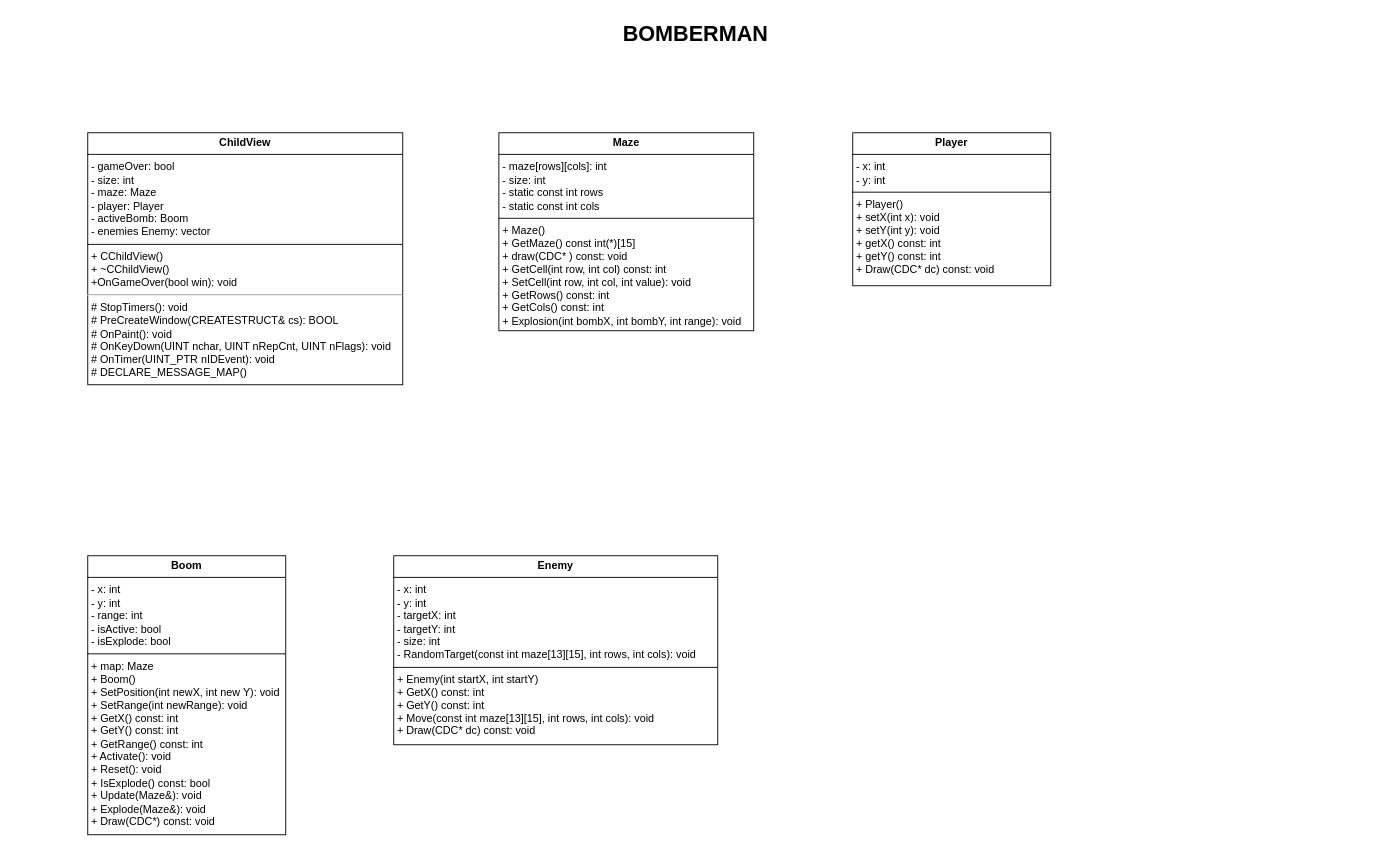
Before: Baos caos.drawio.xml in HuyHoangI4t/J97, a draw.io diagram. Source tidied: cells renumbered, new cells numbered last; positions are measured from the earlier drawing's top-left corner, leaving out a move shared by most shapes. Both pictures are drawn from the tidied source at 90%, with x=0, y=0 at pixel (15, 15).
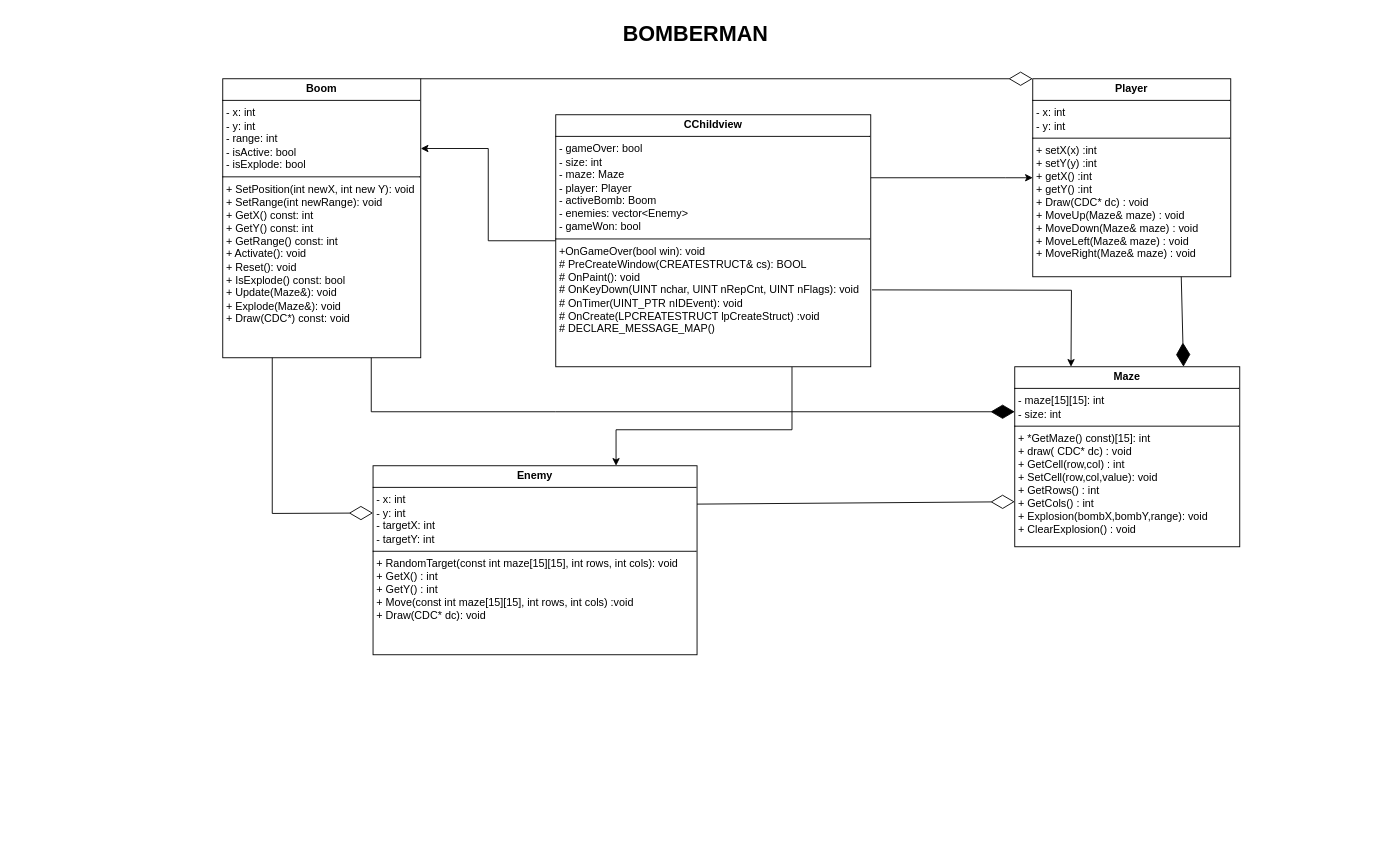
Above is the later version.

Commit message (it also covers changes not shown here):
fix lần cuối

The edit, as a diff of the source:
```diff
@@
-    <mxCell id="3" value="&lt;p style=&quot;margin:0px;margin-top:4px;text-align:center;&quot;&gt;&lt;b&gt;Boom&lt;/b&gt;&lt;/p&gt;&lt;hr size=&quot;1&quot; style=&quot;border-style:solid;&quot;&gt;&lt;p style=&quot;margin:0px;margin-left:4px;&quot;&gt;- x: int&lt;/p&gt;&lt;p style=&quot;margin:0px;margin-left:4px;&quot;&gt;- y: int&amp;nbsp;&lt;/p&gt;&lt;p style=&quot;margin:0px;margin-left:4px;&quot;&gt;- range: int&lt;/p&gt;&lt;p style=&quot;margin:0px;margin-left:4px;&quot;&gt;- isActive: bool&lt;/p&gt;&lt;p style=&quot;margin:0px;margin-left:4px;&quot;&gt;- isExplode: bool&lt;/p&gt;&lt;hr size=&quot;1&quot; style=&quot;border-style:solid;&quot;&gt;&lt;p style=&quot;margin:0px;margin-left:4px;&quot;&gt;+ map: Maze&lt;/p&gt;&lt;p style=&quot;margin:0px;margin-left:4px;&quot;&gt;+ Boom()&lt;/p&gt;&lt;p style=&quot;margin:0px;margin-left:4px;&quot;&gt;+ SetPosition(int newX, int new Y): void&lt;/p&gt;&lt;p style=&quot;margin:0px;margin-left:4px;&quot;&gt;+ SetRange(int newRange): void&lt;/p&gt;&lt;p style=&quot;margin:0px;margin-left:4px;&quot;&gt;+ GetX() const: int&lt;/p&gt;&lt;p style=&quot;margin:0px;margin-left:4px;&quot;&gt;+ GetY() const: int&lt;/p&gt;&lt;p style=&quot;margin:0px;margin-left:4px;&quot;&gt;+ GetRange() const: int&lt;/p&gt;&lt;p style=&quot;margin:0px;margin-left:4px;&quot;&gt;+ Activate(): void&lt;/p&gt;&lt;p style=&quot;margin:0px;margin-left:4px;&quot;&gt;+ Reset(): void&lt;/p&gt;&lt;p style=&quot;margin:0px;margin-left:4px;&quot;&gt;+ IsExplode() const: bool&lt;/p&gt;&lt;p style=&quot;margin:0px;margin-left:4px;&quot;&gt;+ Update(Maze&amp;amp;): void&lt;/p&gt;&lt;p style=&quot;margin:0px;margin-left:4px;&quot;&gt;+ Explode(Maze&amp;amp;): void&lt;/p&gt;&lt;p style=&quot;margin:0px;margin-left:4px;&quot;&gt;+ Draw(CDC*) const: void&lt;/p&gt;&lt;p style=&quot;margin:0px;margin-left:4px;&quot;&gt;&lt;br&gt;&lt;/p&gt;" style="verticalAlign=top;align=left;overflow=fill;html=1;whiteSpace=wrap;" parent="1" vertex="1">
-      <mxGeometry x="80" y="600" width="220" height="310" as="geometry" />
+    <mxCell id="3" value="&lt;p style=&quot;margin:0px;margin-top:4px;text-align:center;&quot;&gt;&lt;b&gt;Boom&lt;/b&gt;&lt;/p&gt;&lt;hr size=&quot;1&quot; style=&quot;border-style:solid;&quot;&gt;&lt;p style=&quot;margin:0px;margin-left:4px;&quot;&gt;- x: int&lt;/p&gt;&lt;p style=&quot;margin:0px;margin-left:4px;&quot;&gt;- y: int&amp;nbsp;&lt;/p&gt;&lt;p style=&quot;margin:0px;margin-left:4px;&quot;&gt;- range: int&lt;/p&gt;&lt;p style=&quot;margin:0px;margin-left:4px;&quot;&gt;- isActive: bool&lt;/p&gt;&lt;p style=&quot;margin:0px;margin-left:4px;&quot;&gt;- isExplode: bool&lt;/p&gt;&lt;hr size=&quot;1&quot; style=&quot;border-style:solid;&quot;&gt;&lt;p style=&quot;margin:0px;margin-left:4px;&quot;&gt;&lt;span style=&quot;background-color: initial;&quot;&gt;+ SetPosition(int newX, int new Y): void&lt;/span&gt;&lt;/p&gt;&lt;p style=&quot;margin:0px;margin-left:4px;&quot;&gt;+ SetRange(int newRange): void&lt;/p&gt;&lt;p style=&quot;margin:0px;margin-left:4px;&quot;&gt;+ GetX() const: int&lt;/p&gt;&lt;p style=&quot;margin:0px;margin-left:4px;&quot;&gt;+ GetY() const: int&lt;/p&gt;&lt;p style=&quot;margin:0px;margin-left:4px;&quot;&gt;+ GetRange() const: int&lt;/p&gt;&lt;p style=&quot;margin:0px;margin-left:4px;&quot;&gt;+ Activate(): void&lt;/p&gt;&lt;p style=&quot;margin:0px;margin-left:4px;&quot;&gt;+ Reset(): void&lt;/p&gt;&lt;p style=&quot;margin:0px;margin-left:4px;&quot;&gt;+ IsExplode() const: bool&lt;/p&gt;&lt;p style=&quot;margin:0px;margin-left:4px;&quot;&gt;+ Update(Maze&amp;amp;): void&lt;/p&gt;&lt;p style=&quot;margin:0px;margin-left:4px;&quot;&gt;+ Explode(Maze&amp;amp;): void&lt;/p&gt;&lt;p style=&quot;margin:0px;margin-left:4px;&quot;&gt;+ Draw(CDC*) const: void&lt;/p&gt;&lt;p style=&quot;margin:0px;margin-left:4px;&quot;&gt;&lt;br&gt;&lt;/p&gt;" style="verticalAlign=top;align=left;overflow=fill;html=1;whiteSpace=wrap;" parent="1" vertex="1">
+      <mxGeometry x="230" y="70" width="220" height="310" as="geometry" />
     </mxCell>
+    <mxCell id="8" style="edgeStyle=orthogonalEdgeStyle;rounded=0;jettySize=auto;html=1;entryX=1;entryY=0.25;entryDx=0;entryDy=0;" parent="1" edge="1" source="4" target="3">
+      <mxGeometry relative="1" as="geometry" />
+    </mxCell>
+    <mxCell id="9" style="edgeStyle=orthogonalEdgeStyle;rounded=0;jettySize=auto;html=1;entryX=0.75;entryY=0;entryDx=0;entryDy=0;exitX=0.75;exitY=1;exitDx=0;exitDy=0;" parent="1" edge="1" source="4" target="7">
+      <mxGeometry relative="1" as="geometry">
+        <Array as="points">
+          <mxPoint x="863" y="460" />
+          <mxPoint x="667" y="460" />
+        </Array>
+      </mxGeometry>
+    </mxCell>
-    <mxCell id="4" value="&lt;p style=&quot;margin:0px;margin-top:4px;text-align:center;&quot;&gt;&lt;b&gt;ChildView&lt;/b&gt;&lt;/p&gt;&lt;hr size=&quot;1&quot; style=&quot;border-style:solid;&quot;&gt;&lt;p style=&quot;margin:0px;margin-left:4px;&quot;&gt;- gameOver: bool&lt;br&gt;&lt;/p&gt;&lt;p style=&quot;margin:0px;margin-left:4px;&quot;&gt;- size: int&amp;nbsp;&lt;/p&gt;&lt;p style=&quot;margin:0px;margin-left:4px;&quot;&gt;- maze: Maze&lt;/p&gt;&lt;p style=&quot;margin:0px;margin-left:4px;&quot;&gt;- player: Player&lt;/p&gt;&lt;p style=&quot;margin:0px;margin-left:4px;&quot;&gt;- activeBomb: Boom&lt;/p&gt;&lt;p style=&quot;margin:0px;margin-left:4px;&quot;&gt;- enemies Enemy: vector&lt;/p&gt;&lt;hr size=&quot;1&quot; style=&quot;border-style:solid;&quot;&gt;&lt;p style=&quot;margin:0px;margin-left:4px;&quot;&gt;+ CChildView()&lt;/p&gt;&lt;p style=&quot;margin:0px;margin-left:4px;&quot;&gt;+ ~CChildView()&lt;/p&gt;&lt;p style=&quot;margin:0px;margin-left:4px;&quot;&gt;+OnGameOver(bool win): void&lt;/p&gt;&lt;hr&gt;&lt;p style=&quot;margin:0px;margin-left:4px;&quot;&gt;# StopTimers(): void&lt;/p&gt;&lt;p style=&quot;margin:0px;margin-left:4px;&quot;&gt;# PreCreateWindow(CREATESTRUCT&amp;amp; cs): BOOL&lt;/p&gt;&lt;p style=&quot;margin:0px;margin-left:4px;&quot;&gt;# OnPaint(): void&lt;/p&gt;&lt;p style=&quot;margin:0px;margin-left:4px;&quot;&gt;# OnKeyDown(UINT nchar, UINT nRepCnt, UINT nFlags): void&lt;/p&gt;&lt;p style=&quot;margin:0px;margin-left:4px;&quot;&gt;# OnTimer(UINT_PTR nIDEvent): void&lt;/p&gt;&lt;p style=&quot;margin:0px;margin-left:4px;&quot;&gt;# DECLARE_MESSAGE_MAP()&lt;/p&gt;" style="verticalAlign=top;align=left;overflow=fill;html=1;whiteSpace=wrap;strokeColor=default;" parent="1" vertex="1">
-      <mxGeometry x="80" y="130" width="350" height="280" as="geometry" />
+    <mxCell id="4" value="&lt;p style=&quot;margin:0px;margin-top:4px;text-align:center;&quot;&gt;&lt;b&gt;CChildview&lt;/b&gt;&lt;/p&gt;&lt;hr size=&quot;1&quot; style=&quot;border-style:solid;&quot;&gt;&lt;p style=&quot;margin:0px;margin-left:4px;&quot;&gt;- gameOver: bool&lt;/p&gt;&lt;p style=&quot;margin:0px;margin-left:4px;&quot;&gt;- size: int&amp;nbsp;&lt;/p&gt;&lt;p style=&quot;margin:0px;margin-left:4px;&quot;&gt;- maze: Maze&amp;nbsp;&lt;/p&gt;&lt;p style=&quot;margin:0px;margin-left:4px;&quot;&gt;- player: Player&lt;/p&gt;&lt;p style=&quot;margin:0px;margin-left:4px;&quot;&gt;- activeBomb: Boom&amp;nbsp;&lt;/p&gt;&lt;p style=&quot;margin:0px;margin-left:4px;&quot;&gt;- enemies: vector&amp;lt;Enemy&amp;gt;&lt;/p&gt;&lt;p style=&quot;margin:0px;margin-left:4px;&quot;&gt;- gameWon: bool&amp;nbsp;&lt;/p&gt;&lt;hr size=&quot;1&quot; style=&quot;border-style:solid;&quot;&gt;&lt;p style=&quot;margin:0px;margin-left:4px;&quot;&gt;&lt;span style=&quot;background-color: initial;&quot;&gt;+OnGameOver(bool win): void&lt;/span&gt;&lt;/p&gt;&lt;p style=&quot;margin:0px;margin-left:4px;&quot;&gt;&lt;span style=&quot;background-color: initial;&quot;&gt;# PreCreateWindow(CREATESTRUCT&amp;amp; cs): BOOL&lt;/span&gt;&lt;/p&gt;&lt;p style=&quot;margin:0px;margin-left:4px;&quot;&gt;# OnPaint(): void&lt;/p&gt;&lt;p style=&quot;margin:0px;margin-left:4px;&quot;&gt;# OnKeyDown(UINT nchar, UINT nRepCnt, UINT nFlags): void&lt;/p&gt;&lt;p style=&quot;margin:0px;margin-left:4px;&quot;&gt;# OnTimer(UINT_PTR nIDEvent): void&lt;/p&gt;&lt;p style=&quot;margin:0px;margin-left:4px;&quot;&gt;# OnCreate(LPCREATESTRUCT lpCreateStruct) :void&lt;/p&gt;&lt;p style=&quot;margin:0px;margin-left:4px;&quot;&gt;# DECLARE_MESSAGE_MAP()&lt;/p&gt;" style="verticalAlign=top;align=left;overflow=fill;html=1;whiteSpace=wrap;strokeColor=default;" parent="1" vertex="1">
+      <mxGeometry x="600" y="110" width="350" height="280" as="geometry" />
     </mxCell>
-    <mxCell id="5" value="&lt;p style=&quot;margin:0px;margin-top:4px;text-align:center;&quot;&gt;&lt;b&gt;Maze&lt;/b&gt;&lt;/p&gt;&lt;hr size=&quot;1&quot; style=&quot;border-style:solid;&quot;&gt;&lt;p style=&quot;margin:0px;margin-left:4px;&quot;&gt;- maze[rows][cols]: int&lt;br&gt;&lt;/p&gt;&lt;p style=&quot;margin:0px;margin-left:4px;&quot;&gt;- size: int&lt;/p&gt;&lt;p style=&quot;margin:0px;margin-left:4px;&quot;&gt;- static const int rows&lt;/p&gt;&lt;p style=&quot;margin:0px;margin-left:4px;&quot;&gt;- static const int cols&lt;/p&gt;&lt;hr size=&quot;1&quot; style=&quot;border-style:solid;&quot;&gt;&lt;p style=&quot;margin:0px;margin-left:4px;&quot;&gt;+ Maze()&lt;/p&gt;&lt;p style=&quot;margin:0px;margin-left:4px;&quot;&gt;+ GetMaze() const int(*)[15]&lt;/p&gt;&lt;p style=&quot;margin:0px;margin-left:4px;&quot;&gt;+ draw(CDC* ) const: void&lt;/p&gt;&lt;p style=&quot;margin:0px;margin-left:4px;&quot;&gt;+ GetCell(int row, int col) const: int&lt;/p&gt;&lt;p style=&quot;margin:0px;margin-left:4px;&quot;&gt;+ SetCell(int row, int col, int value): void&lt;/p&gt;&lt;p style=&quot;margin:0px;margin-left:4px;&quot;&gt;+ GetRows() const: int&amp;nbsp;&lt;/p&gt;&lt;p style=&quot;margin:0px;margin-left:4px;&quot;&gt;+ GetCols() const: int&lt;/p&gt;&lt;p style=&quot;margin:0px;margin-left:4px;&quot;&gt;+ Explosion(int bombX, int bombY, int range): void&lt;/p&gt;&lt;p style=&quot;margin:0px;margin-left:4px;&quot;&gt;&lt;br&gt;&lt;/p&gt;" style="verticalAlign=top;align=left;overflow=fill;html=1;whiteSpace=wrap;" parent="1" vertex="1">
-      <mxGeometry x="536.8" y="130" width="283.2" height="220" as="geometry" />
+    <mxCell id="5" value="&lt;p style=&quot;margin:0px;margin-top:4px;text-align:center;&quot;&gt;&lt;b&gt;Maze&lt;/b&gt;&lt;/p&gt;&lt;hr size=&quot;1&quot; style=&quot;border-style:solid;&quot;&gt;&lt;p style=&quot;margin:0px;margin-left:4px;&quot;&gt;- maze[15][15]: int&lt;br&gt;&lt;/p&gt;&lt;p style=&quot;margin:0px;margin-left:4px;&quot;&gt;- size: int&lt;/p&gt;&lt;hr size=&quot;1&quot; style=&quot;border-style:solid;&quot;&gt;&lt;p style=&quot;margin:0px;margin-left:4px;&quot;&gt;&lt;span style=&quot;background-color: initial;&quot;&gt;+&amp;nbsp;&lt;/span&gt;&lt;span style=&quot;background-color: initial;&quot;&gt;*GetMaze() const)[15]: int&lt;/span&gt;&lt;/p&gt;&lt;p style=&quot;margin:0px;margin-left:4px;&quot;&gt;+ draw( CDC* dc) : void&lt;/p&gt;&lt;p style=&quot;margin:0px;margin-left:4px;&quot;&gt;+ GetCell(row,col) : int&lt;/p&gt;&lt;p style=&quot;margin:0px;margin-left:4px;&quot;&gt;+ SetCell(row,col,value): void&lt;/p&gt;&lt;p style=&quot;margin:0px;margin-left:4px;&quot;&gt;+ GetRows() : int&amp;nbsp;&lt;/p&gt;&lt;p style=&quot;margin:0px;margin-left:4px;&quot;&gt;+ GetCols() : int&lt;/p&gt;&lt;p style=&quot;margin:0px;margin-left:4px;&quot;&gt;+ Explosion(bombX,bombY,range): void&lt;/p&gt;&lt;p style=&quot;margin:0px;margin-left:4px;&quot;&gt;+ &lt;span class=&quot;hljs-built_in&quot;&gt;ClearExplosion&lt;/span&gt;()&amp;nbsp;&lt;span style=&quot;background-color: initial;&quot;&gt;: void&lt;/span&gt;&lt;/p&gt;" style="verticalAlign=top;align=left;overflow=fill;html=1;whiteSpace=wrap;" parent="1" vertex="1">
+      <mxGeometry x="1110" y="390" width="250" height="200" as="geometry" />
     </mxCell>
-    <mxCell id="6" value="&lt;p style=&quot;margin:0px;margin-top:4px;text-align:center;&quot;&gt;&lt;b&gt;Player&lt;/b&gt;&lt;/p&gt;&lt;hr size=&quot;1&quot; style=&quot;border-style:solid;&quot;&gt;&lt;p style=&quot;margin:0px;margin-left:4px;&quot;&gt;- x: int&lt;br&gt;&lt;/p&gt;&lt;p style=&quot;margin:0px;margin-left:4px;&quot;&gt;- y: int&amp;nbsp;&lt;/p&gt;&lt;hr size=&quot;1&quot; style=&quot;border-style:solid;&quot;&gt;&lt;p style=&quot;margin:0px;margin-left:4px;&quot;&gt;+ Player()&lt;/p&gt;&lt;p style=&quot;margin:0px;margin-left:4px;&quot;&gt;+ setX(int x): void&lt;/p&gt;&lt;p style=&quot;margin:0px;margin-left:4px;&quot;&gt;+ setY(int y): void&lt;/p&gt;&lt;p style=&quot;margin:0px;margin-left:4px;&quot;&gt;+ getX() const: int&lt;/p&gt;&lt;p style=&quot;margin:0px;margin-left:4px;&quot;&gt;+ getY() const: int&lt;/p&gt;&lt;p style=&quot;margin:0px;margin-left:4px;&quot;&gt;+ Draw(CDC* dc) const: void&lt;/p&gt;" style="verticalAlign=top;align=left;overflow=fill;html=1;whiteSpace=wrap;" parent="1" vertex="1">
-      <mxGeometry x="930" y="130" width="220" height="170" as="geometry" />
+    <mxCell id="6" value="&lt;p style=&quot;margin:0px;margin-top:4px;text-align:center;&quot;&gt;&lt;b&gt;Player&lt;/b&gt;&lt;/p&gt;&lt;hr size=&quot;1&quot; style=&quot;border-style:solid;&quot;&gt;&lt;p style=&quot;margin:0px;margin-left:4px;&quot;&gt;- x: int&lt;br&gt;&lt;/p&gt;&lt;p style=&quot;margin:0px;margin-left:4px;&quot;&gt;- y: int&amp;nbsp;&lt;/p&gt;&lt;hr size=&quot;1&quot; style=&quot;border-style:solid;&quot;&gt;&lt;p style=&quot;margin:0px;margin-left:4px;&quot;&gt;&lt;span style=&quot;background-color: initial;&quot;&gt;+ &lt;/span&gt;&lt;span style=&quot;background-color: initial;&quot; class=&quot;hljs-built_in&quot;&gt;setX&lt;/span&gt;&lt;span style=&quot;background-color: initial;&quot;&gt;(x) :int&lt;/span&gt;&lt;/p&gt;&lt;p style=&quot;margin:0px;margin-left:4px;&quot;&gt;+ &lt;span class=&quot;hljs-built_in&quot;&gt;setY&lt;/span&gt;(y) :int&lt;/p&gt;&lt;p style=&quot;margin:0px;margin-left:4px;&quot;&gt;+ &lt;span class=&quot;hljs-built_in&quot;&gt;getX&lt;/span&gt;() :int&lt;/p&gt;&lt;p style=&quot;margin:0px;margin-left:4px;&quot;&gt;+ &lt;span class=&quot;hljs-built_in&quot;&gt;getY&lt;/span&gt;() :int&lt;/p&gt;&lt;p style=&quot;margin:0px;margin-left:4px;&quot;&gt;+ &lt;span class=&quot;hljs-built_in&quot;&gt;Draw&lt;/span&gt;(CDC* dc)&amp;nbsp;&lt;span style=&quot;background-color: initial;&quot;&gt;:&amp;nbsp;void&lt;/span&gt;&lt;/p&gt;&lt;p style=&quot;margin:0px;margin-left:4px;&quot;&gt;+ &lt;span class=&quot;hljs-built_in&quot;&gt;MoveUp&lt;/span&gt;(Maze&amp;amp; maze) :&amp;nbsp;void&lt;br&gt;+ &lt;span class=&quot;hljs-built_in&quot;&gt;MoveDown&lt;/span&gt;(Maze&amp;amp; maze)&amp;nbsp;&lt;span style=&quot;background-color: initial;&quot;&gt;:&amp;nbsp;void&lt;/span&gt;&lt;/p&gt;&lt;p style=&quot;margin:0px;margin-left:4px;&quot;&gt;+ &lt;span class=&quot;hljs-built_in&quot;&gt;MoveLeft&lt;/span&gt;(Maze&amp;amp; maze) :&amp;nbsp;void&lt;br&gt;+ &lt;span class=&quot;hljs-built_in&quot;&gt;MoveRight&lt;/span&gt;(Maze&amp;amp; maze) :&amp;nbsp;void&lt;/p&gt;" style="verticalAlign=top;align=left;overflow=fill;html=1;whiteSpace=wrap;" parent="1" vertex="1">
+      <mxGeometry x="1130" y="70" width="220" height="220" as="geometry" />
     </mxCell>
-    <mxCell id="7" value="&lt;p style=&quot;margin:0px;margin-top:4px;text-align:center;&quot;&gt;&lt;b&gt;Enemy&lt;/b&gt;&lt;/p&gt;&lt;hr size=&quot;1&quot; style=&quot;border-style:solid;&quot;&gt;&lt;p style=&quot;margin:0px;margin-left:4px;&quot;&gt;- x: int&lt;/p&gt;&lt;p style=&quot;margin:0px;margin-left:4px;&quot;&gt;- y: int&amp;nbsp;&lt;/p&gt;&lt;p style=&quot;margin:0px;margin-left:4px;&quot;&gt;- targetX: int&lt;/p&gt;&lt;p style=&quot;margin:0px;margin-left:4px;&quot;&gt;- targetY: int&lt;/p&gt;&lt;p style=&quot;margin:0px;margin-left:4px;&quot;&gt;- size: int&lt;/p&gt;&lt;p style=&quot;margin:0px;margin-left:4px;&quot;&gt;- RandomTarget(const int maze[13][15], int rows, int cols): void&lt;/p&gt;&lt;hr size=&quot;1&quot; style=&quot;border-style:solid;&quot;&gt;&lt;p style=&quot;margin:0px;margin-left:4px;&quot;&gt;+ Enemy(int startX, int startY)&lt;/p&gt;&lt;p style=&quot;margin:0px;margin-left:4px;&quot;&gt;&lt;span style=&quot;background-color: initial;&quot;&gt;+ GetX() const: int&lt;/span&gt;&lt;/p&gt;&lt;p style=&quot;margin:0px;margin-left:4px;&quot;&gt;+ GetY() const: int&lt;/p&gt;&lt;p style=&quot;margin:0px;margin-left:4px;&quot;&gt;+ Move(const int maze[13][15], int rows, int cols): void&lt;/p&gt;&lt;p style=&quot;margin:0px;margin-left:4px;&quot;&gt;+ Draw(CDC* dc) const: void&lt;/p&gt;" style="verticalAlign=top;align=left;overflow=fill;html=1;whiteSpace=wrap;" parent="1" vertex="1">
-      <mxGeometry x="420" y="600" width="360" height="210" as="geometry" />
+    <mxCell id="7" value="&lt;p style=&quot;margin:0px;margin-top:4px;text-align:center;&quot;&gt;&lt;b&gt;Enemy&lt;/b&gt;&lt;/p&gt;&lt;hr size=&quot;1&quot; style=&quot;border-style:solid;&quot;&gt;&lt;p style=&quot;margin:0px;margin-left:4px;&quot;&gt;- x: int&lt;/p&gt;&lt;p style=&quot;margin:0px;margin-left:4px;&quot;&gt;- y: int&amp;nbsp;&lt;/p&gt;&lt;p style=&quot;margin:0px;margin-left:4px;&quot;&gt;- targetX: int&lt;/p&gt;&lt;p style=&quot;margin:0px;margin-left:4px;&quot;&gt;- targetY: int&lt;/p&gt;&lt;hr size=&quot;1&quot; style=&quot;border-style:solid;&quot;&gt;&lt;p style=&quot;margin:0px;margin-left:4px;&quot;&gt;+&amp;nbsp;&lt;span style=&quot;background-color: initial;&quot;&gt;RandomTarget(const int maze[15][15], int rows, int cols): void&lt;/span&gt;&lt;/p&gt;&lt;p style=&quot;margin:0px;margin-left:4px;&quot;&gt;&lt;span style=&quot;background-color: initial;&quot;&gt;+ GetX() : int&lt;/span&gt;&lt;/p&gt;&lt;p style=&quot;margin:0px;margin-left:4px;&quot;&gt;+ GetY() : int&lt;/p&gt;&lt;p style=&quot;margin:0px;margin-left:4px;&quot;&gt;+ Move(const int maze[15][15], int rows, int cols) :void&lt;/p&gt;&lt;p style=&quot;margin:0px;margin-left:4px;&quot;&gt;+ Draw(CDC* dc): void&lt;/p&gt;" style="verticalAlign=top;align=left;overflow=fill;html=1;whiteSpace=wrap;" parent="1" vertex="1">
+      <mxGeometry x="397" y="500" width="360" height="210" as="geometry" />
     </mxCell>
+    <mxCell id="10" style="endArrow=classic;html=1;rounded=0;entryX=0;entryY=0.5;entryDx=0;entryDy=0;exitX=1;exitY=0.25;exitDx=0;exitDy=0;" parent="1" edge="1" source="4" target="6">
+      <mxGeometry relative="1" as="geometry">
+        <Array as="points">
+          <mxPoint x="1100" y="180" />
+        </Array>
+      </mxGeometry>
+    </mxCell>
+    <mxCell id="11" style="endArrow=classic;html=1;rounded=0;exitX=1.004;exitY=0.695;exitDx=0;exitDy=0;exitPerimeter=0;entryX=0.25;entryY=0;entryDx=0;entryDy=0;" parent="1" edge="1" source="4" target="5">
+      <mxGeometry relative="1" as="geometry">
+        <Array as="points">
+          <mxPoint x="1173" y="305" />
+        </Array>
+      </mxGeometry>
+    </mxCell>
+    <mxCell id="12" style="endArrow=diamondThin;endFill=1;endSize=24;html=1;rounded=0;entryX=0.75;entryY=0;entryDx=0;entryDy=0;exitX=0.75;exitY=1;exitDx=0;exitDy=0;" parent="1" edge="1" source="6" target="5">
+      <mxGeometry relative="1" as="geometry" />
+    </mxCell>
+    <mxCell id="13" style="endArrow=diamondThin;endFill=0;endSize=24;html=1;rounded=0;exitX=1;exitY=0;exitDx=0;exitDy=0;entryX=0;entryY=0;entryDx=0;entryDy=0;" parent="1" edge="1" source="3" target="6">
+      <mxGeometry relative="1" as="geometry" />
+    </mxCell>
+    <mxCell id="14" style="endArrow=diamondThin;endFill=0;endSize=24;html=1;rounded=0;entryX=0;entryY=0.25;entryDx=0;entryDy=0;exitX=0.25;exitY=1;exitDx=0;exitDy=0;" parent="1" edge="1" source="3" target="7">
+      <mxGeometry relative="1" as="geometry">
+        <Array as="points">
+          <mxPoint x="285" y="553" />
+        </Array>
+      </mxGeometry>
+    </mxCell>
+    <mxCell id="15" style="endArrow=diamondThin;endFill=1;endSize=24;html=1;rounded=0;exitX=0.75;exitY=1;exitDx=0;exitDy=0;entryX=0;entryY=0.25;entryDx=0;entryDy=0;" parent="1" edge="1" source="3" target="5">
+      <mxGeometry relative="1" as="geometry">
+        <Array as="points">
+          <mxPoint x="395" y="440" />
+          <mxPoint x="600" y="440" />
+        </Array>
+      </mxGeometry>
+    </mxCell>
+    <mxCell id="16" style="endArrow=diamondThin;endFill=0;endSize=24;html=1;rounded=0;exitX=1;exitY=0.203;exitDx=0;exitDy=0;entryX=0;entryY=0.75;entryDx=0;entryDy=0;exitPerimeter=0;" parent="1" edge="1" source="7" target="5">
+      <mxGeometry relative="1" as="geometry" />
+    </mxCell>
```
